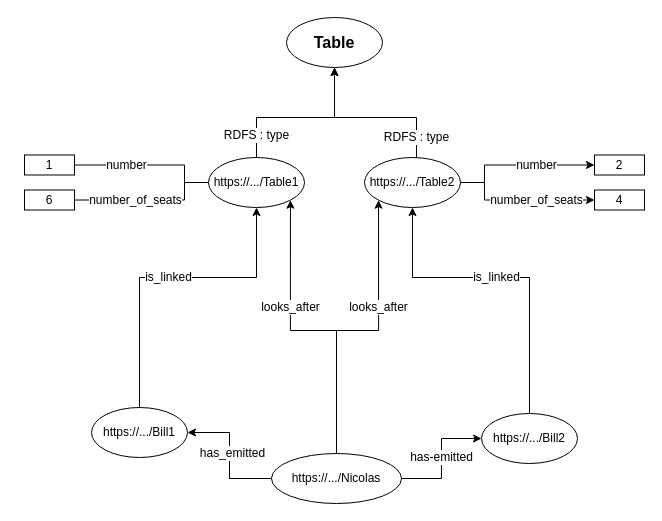
Earlier version of the draw.io diagram schema/instanceTable.dio (CH-KevinDubois/MAS-RAD-4-WEB-Mini-Projet). Source tidied: cells renumbered, new cells numbered last; positions are measured from the earlier drawing's top-left corner, leaving out a move shared by most shapes. Both pictures are drawn from the tidied source at 100%, with x=0, y=0 at pixel (24, 17).
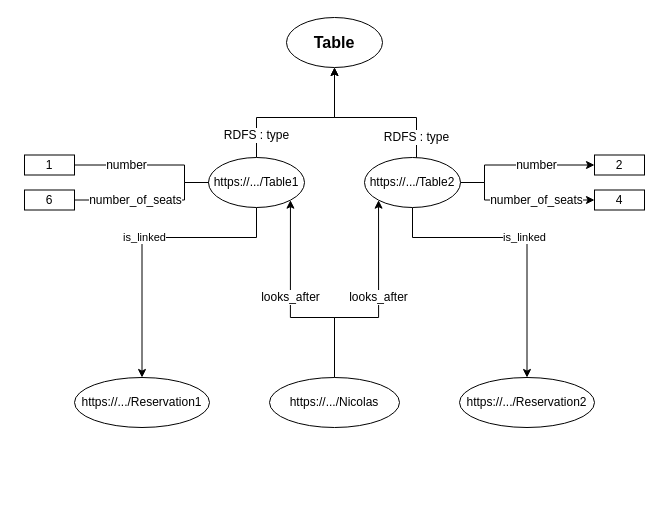
The same diagram, later.

Unchanged cells that the change refers to:
```xml
<mxCell id="13" value="https://.../Table1" style="ellipse;whiteSpace=wrap;html=1;" parent="1" vertex="1">
  <mxGeometry x="184" y="140" width="96" height="50" as="geometry" />
</mxCell>
<mxCell id="16" value="https://.../Table2" style="ellipse;whiteSpace=wrap;html=1;" parent="1" vertex="1">
  <mxGeometry x="340" y="140" width="96" height="50" as="geometry" />
</mxCell>
```

What changed in the source:
```diff
@@
-    <mxCell id="3" style="edgeStyle=orthogonalEdgeStyle;jettySize=auto;html=1;fontSize=12;rounded=0;" parent="1" edge="1" source="8" target="12">
-      <mxGeometry relative="1" as="geometry" />
-    </mxCell>
-    <mxCell id="4" value="has_emitted" style="edgeLabel;html=1;align=center;verticalAlign=middle;fontSize=12;" parent="3" vertex="1">
-      <mxGeometry x="0.25" y="-4" relative="1" as="geometry">
-        <mxPoint x="-2" y="13.8" as="offset" />
-      </mxGeometry>
-    </mxCell>
-    <mxCell id="5" value="has-emitted" style="edgeStyle=orthogonalEdgeStyle;jettySize=auto;html=1;fontSize=12;entryX=0;entryY=0.5;entryDx=0;entryDy=0;rounded=0;" parent="1" edge="1" source="8" target="10">
-      <mxGeometry x="0.02" relative="1" as="geometry" />
-    </mxCell>
     <mxCell id="6" value="looks_after" style="edgeStyle=orthogonalEdgeStyle;rounded=0;jettySize=auto;html=1;entryX=0;entryY=1;entryDx=0;entryDy=0;fontSize=12;" parent="1" edge="1" source="8" target="16">
-      <mxGeometry x="0.27" relative="1" as="geometry" />
+      <mxGeometry x="0.12" relative="1" as="geometry">
+        <Array as="points">
+          <mxPoint x="310" y="300" />
+          <mxPoint x="354" y="300" />
+        </Array>
+      </mxGeometry>
     </mxCell>
     <mxCell id="7" value="looks_after" style="edgeStyle=orthogonalEdgeStyle;rounded=0;jettySize=auto;html=1;entryX=1;entryY=1;entryDx=0;entryDy=0;fontSize=12;" parent="1" edge="1" source="8" target="13">
-      <mxGeometry x="0.28" relative="1" as="geometry" />
+      <mxGeometry x="0.12" relative="1" as="geometry">
+        <Array as="points">
+          <mxPoint x="310" y="300" />
+          <mxPoint x="266" y="300" />
+        </Array>
+      </mxGeometry>
     </mxCell>
     <mxCell id="8" value="https://.../Nicolas" style="ellipse;whiteSpace=wrap;html=1;" parent="1" vertex="1">
-      <mxGeometry x="247" y="436" width="130" height="50" as="geometry" />
+      <mxGeometry x="245" y="360" width="130" height="50" as="geometry" />
     </mxCell>
-    <mxCell id="9" value="is_linked" style="edgeStyle=orthogonalEdgeStyle;rounded=0;jettySize=auto;html=1;fontSize=12;" parent="1" edge="1" source="10" target="16">
-      <mxGeometry x="-0.16" y="33" relative="1" as="geometry">
-        <Array as="points">
-          <mxPoint x="505" y="260" />
-          <mxPoint x="388" y="260" />
-        </Array>
-        <mxPoint x="-33" y="-33" as="offset" />
-      </mxGeometry>
-    </mxCell>
-    <mxCell id="10" value="https://.../Bill2" style="ellipse;whiteSpace=wrap;html=1;" parent="1" vertex="1">
-      <mxGeometry x="457" y="396" width="96" height="50" as="geometry" />
+    <mxCell id="10" value="https://.../Reservation2" style="ellipse;whiteSpace=wrap;html=1;" parent="1" vertex="1">
+      <mxGeometry x="435" y="360" width="135" height="50" as="geometry" />
     </mxCell>
-    <mxCell id="11" value="is_linked" style="edgeStyle=orthogonalEdgeStyle;rounded=0;jettySize=auto;html=1;entryX=0.5;entryY=1;entryDx=0;entryDy=0;fontSize=12;" parent="1" edge="1" source="12" target="13">
-      <mxGeometry relative="1" as="geometry">
-        <Array as="points">
-          <mxPoint x="115" y="260" />
-          <mxPoint x="232" y="260" />
-        </Array>
-      </mxGeometry>
-    </mxCell>
-    <mxCell id="12" value="https://.../Bill1" style="ellipse;whiteSpace=wrap;html=1;" parent="1" vertex="1">
-      <mxGeometry x="67" y="390" width="96" height="50" as="geometry" />
+    <mxCell id="12" value="https://.../Reservation1" style="ellipse;whiteSpace=wrap;html=1;" parent="1" vertex="1">
+      <mxGeometry x="50" y="360" width="135" height="50" as="geometry" />
     </mxCell>
+    <mxCell id="25" value="is_linked" style="edgeStyle=orthogonalEdgeStyle;rounded=0;jettySize=auto;html=1;entryX=0.5;entryY=0;entryDx=0;entryDy=0;" parent="1" edge="1" source="13" target="12">
+      <mxGeometry relative="1" as="geometry">
+        <Array as="points">
+          <mxPoint x="232" y="220" />
+          <mxPoint x="118" y="220" />
+        </Array>
+      </mxGeometry>
+    </mxCell>
@@
+    <mxCell id="26" value="is_linked" style="edgeStyle=orthogonalEdgeStyle;rounded=0;jettySize=auto;html=1;entryX=0.5;entryY=0;entryDx=0;entryDy=0;" parent="1" edge="1" source="16" target="10">
+      <mxGeometry relative="1" as="geometry">
+        <Array as="points">
+          <mxPoint x="388" y="220" />
+          <mxPoint x="503" y="220" />
+        </Array>
+      </mxGeometry>
+    </mxCell>
```
